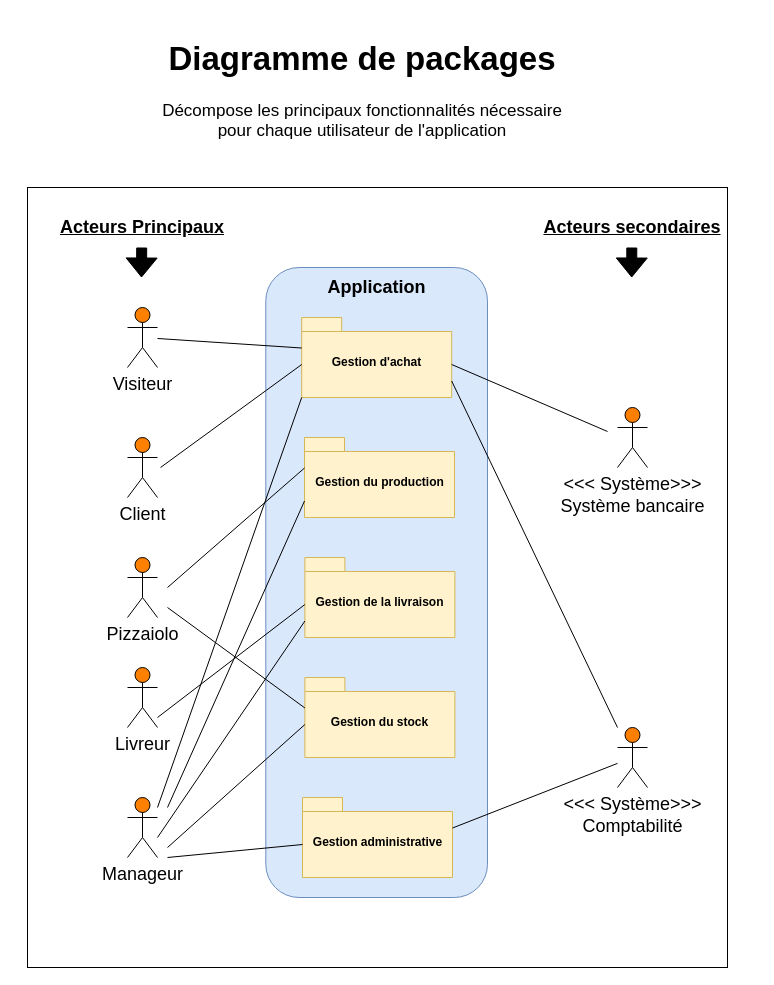
This is Package Diagram.drawio from Maayaavi/OC_Project_4, a draw.io file, before an edit. Source tidied: cells renumbered, new cells numbered last; positions are measured from the earlier drawing's top-left corner, leaving out a move shared by most shapes. Both pictures are drawn from the tidied source at 100%, with x=0, y=0 at pixel (17, 27).
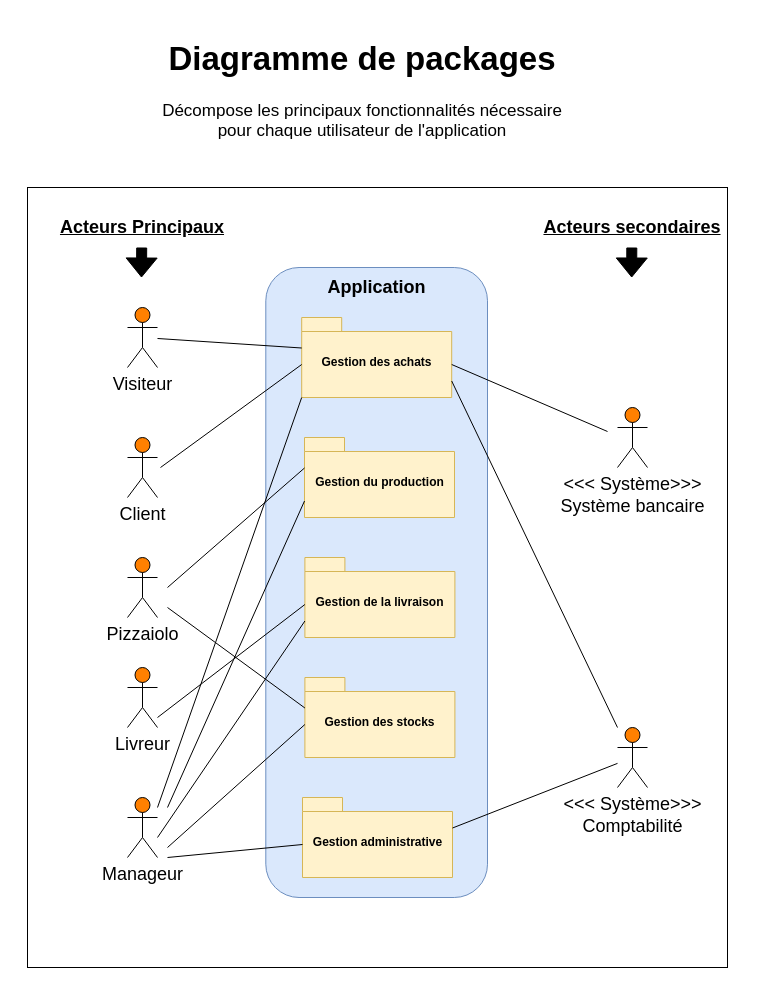
The same diagram, later.

Diff of the diagram source:
```diff
@@
-    <mxCell id="17" value="Gestion d'achat" style="shape=folder;fontStyle=1;spacingTop=10;tabWidth=40;tabHeight=14;tabPosition=left;html=1;fillColor=#fff2cc;strokeColor=#d6b656;" parent="1" vertex="1">
+    <mxCell id="17" value="Gestion des achats" style="shape=folder;fontStyle=1;spacingTop=10;tabWidth=40;tabHeight=14;tabPosition=left;html=1;fillColor=#fff2cc;strokeColor=#d6b656;" parent="1" vertex="1">
       <mxGeometry x="284.2" y="290" width="150" height="80" as="geometry" />
     </mxCell>
@@
-    <mxCell id="20" value="Gestion du stock" style="shape=folder;fontStyle=1;spacingTop=10;tabWidth=40;tabHeight=14;tabPosition=left;html=1;fillColor=#fff2cc;strokeColor=#d6b656;" parent="1" vertex="1">
+    <mxCell id="20" value="Gestion des stocks" style="shape=folder;fontStyle=1;spacingTop=10;tabWidth=40;tabHeight=14;tabPosition=left;html=1;fillColor=#fff2cc;strokeColor=#d6b656;" parent="1" vertex="1">
       <mxGeometry x="287.4" y="650" width="150" height="80" as="geometry" />
     </mxCell>
```
